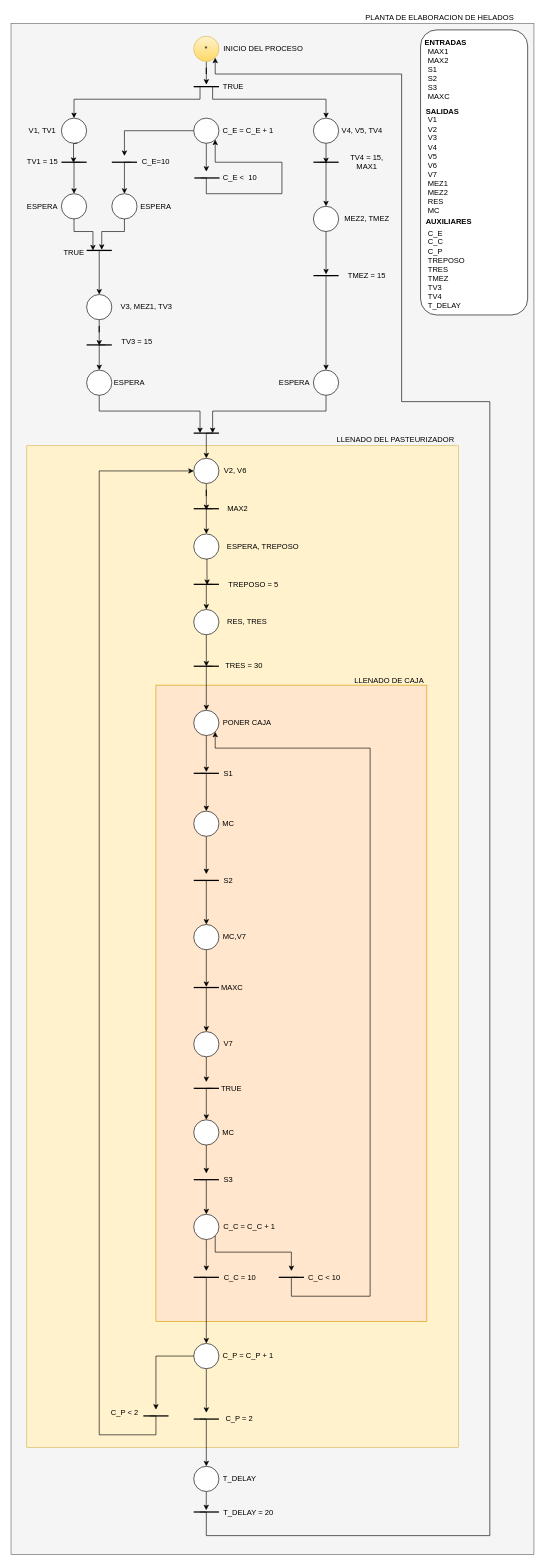
This is Practica02/P02_ROBO.drawio from jpramez/Robotica2020, a draw.io file, before an edit. Source tidied: cells renumbered, new cells numbered last; positions are measured from the earlier drawing's top-left corner, leaving out a move shared by most shapes. Both pictures are drawn from the tidied source at 63%, with x=0, y=0 at pixel (11, 11).
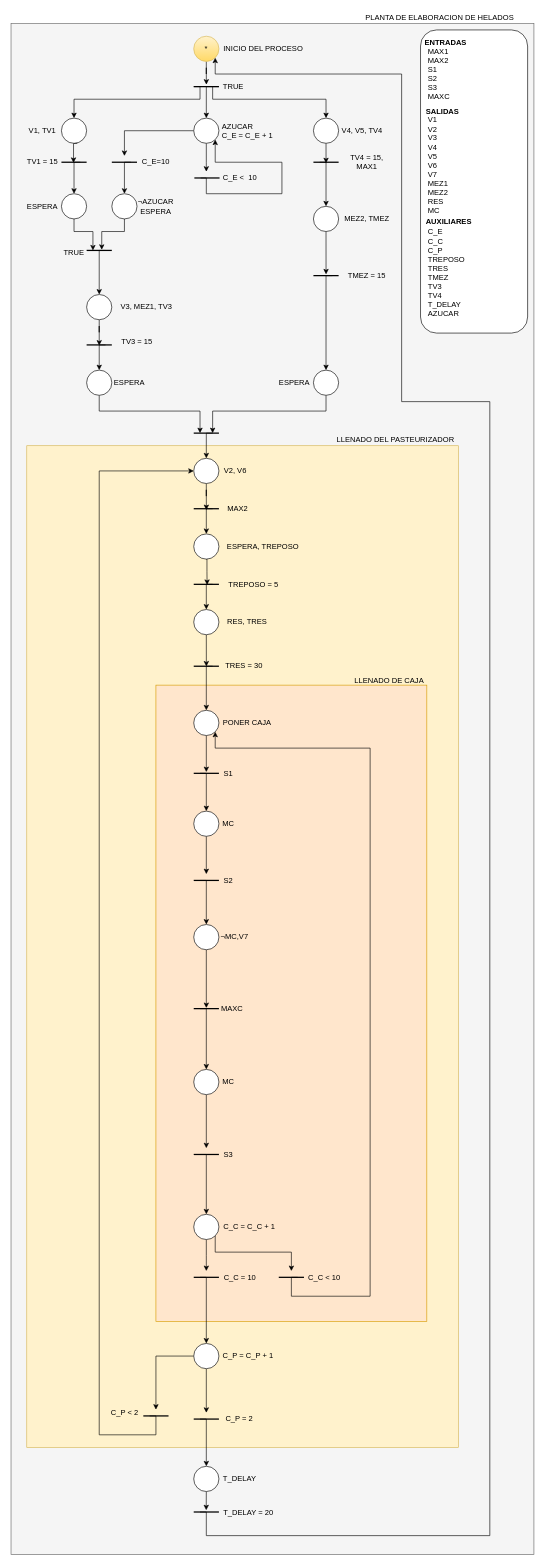
After the change.

The change refers to these unchanged cells:
```xml
<mxCell id="9" style="ellipse;whiteSpace=wrap;html=1;" parent="1" vertex="1">
  <mxGeometry x="290" y="170" width="40" height="40" as="geometry" />
</mxCell>
<mxCell id="40" style="line;strokeWidth=2;html=1;" parent="1" vertex="1">
  <mxGeometry x="290" y="110" width="40" height="20" as="geometry" />
</mxCell>
<mxCell id="111" style="ellipse;whiteSpace=wrap;html=1;" parent="1" vertex="1">
  <mxGeometry x="290" y="1910" width="40" height="40" as="geometry" />
</mxCell>
```

Diff of the diagram source:
```diff
@@
-    <mxCell id="11" value="C_E = C_E + 1" style="text;html=1;strokeColor=none;fillColor=none;align=center;verticalAlign=middle;whiteSpace=wrap;rounded=0;" parent="1" vertex="1">
-      <mxGeometry x="333.1" y="180" width="86.9" height="20" as="geometry" />
+    <mxCell id="11" value="&lt;div align=&quot;left&quot;&gt;AZUCAR&lt;/div&gt;&lt;div align=&quot;left&quot;&gt;C_E = C_E + 1&lt;/div&gt;" style="text;html=1;strokeColor=none;fillColor=none;align=left;verticalAlign=middle;whiteSpace=wrap;rounded=0;" parent="1" vertex="1">
+      <mxGeometry x="333.1" y="180" width="96.9" height="20" as="geometry" />
     </mxCell>
@@
-    <mxCell id="32" value="&lt;div&gt;ESPERA&lt;/div&gt;" style="text;html=1;strokeColor=none;fillColor=none;align=center;verticalAlign=middle;whiteSpace=wrap;rounded=0;" parent="1" vertex="1">
+    <mxCell id="32" value="&lt;div&gt;¬AZUCAR&lt;/div&gt;&lt;div&gt;ESPERA&lt;/div&gt;" style="text;html=1;strokeColor=none;fillColor=none;align=center;verticalAlign=middle;whiteSpace=wrap;rounded=0;" parent="1" vertex="1">
       <mxGeometry x="200" y="295" width="60" height="30" as="geometry" />
     </mxCell>
@@
+    <mxCell id="147" style="edgeStyle=orthogonalEdgeStyle;rounded=0;jettySize=auto;html=1;exitX=0.75;exitY=0.5;exitDx=0;exitDy=0;exitPerimeter=0;" parent="1" edge="1" source="40" target="9">
+      <mxGeometry relative="1" as="geometry">
+        <Array as="points">
+          <mxPoint x="310" y="120" />
+        </Array>
+      </mxGeometry>
+    </mxCell>
@@
-    <mxCell id="93" value="MC,V7" style="text;html=1;strokeColor=none;fillColor=none;align=center;verticalAlign=middle;whiteSpace=wrap;rounded=0;" parent="1" vertex="1">
+    <mxCell id="93" value="¬MC,V7" style="text;html=1;strokeColor=none;fillColor=none;align=center;verticalAlign=middle;whiteSpace=wrap;rounded=0;" parent="1" vertex="1">
       <mxGeometry x="330" y="1455" width="50" height="30" as="geometry" />
     </mxCell>
-    <mxCell id="94" style="edgeStyle=orthogonalEdgeStyle;rounded=0;jettySize=auto;html=1;exitX=0.25;exitY=0.5;exitDx=0;exitDy=0;exitPerimeter=0;" parent="1" edge="1" source="95" target="97">
+    <mxCell id="94" style="edgeStyle=orthogonalEdgeStyle;rounded=0;jettySize=auto;html=1;exitX=0.25;exitY=0.5;exitDx=0;exitDy=0;exitPerimeter=0;entryX=0.5;entryY=0;entryDx=0;entryDy=0;" parent="1" edge="1" source="95" target="104">
       <mxGeometry relative="1" as="geometry">
         <Array as="points">
-          <mxPoint x="310" y="1550" />
+          <mxPoint x="310" y="1584" />
         </Array>
       </mxGeometry>
     </mxCell>
     <mxCell id="95" style="line;strokeWidth=2;html=1;" parent="1" vertex="1">
-      <mxGeometry x="290" y="1540" width="40" height="20" as="geometry" />
+      <mxGeometry x="290" y="1573.5" width="40" height="20" as="geometry" />
     </mxCell>
-    <mxCell id="96" style="edgeStyle=orthogonalEdgeStyle;rounded=0;jettySize=auto;html=1;exitX=0.5;exitY=1;exitDx=0;exitDy=0;" parent="1" edge="1" source="97" target="101">
-      <mxGeometry relative="1" as="geometry" />
-    </mxCell>
-    <mxCell id="97" style="ellipse;whiteSpace=wrap;html=1;" parent="1" vertex="1">
-      <mxGeometry x="290" y="1620" width="40" height="40" as="geometry" />
-    </mxCell>
     <mxCell id="98" value="MAXC" style="text;html=1;strokeColor=none;fillColor=none;align=center;verticalAlign=middle;whiteSpace=wrap;rounded=0;" parent="1" vertex="1">
-      <mxGeometry x="331" y="1535" width="40" height="30" as="geometry" />
+      <mxGeometry x="331" y="1568.5" width="40" height="30" as="geometry" />
     </mxCell>
-    <mxCell id="99" value="V7" style="text;html=1;strokeColor=none;fillColor=none;align=center;verticalAlign=middle;whiteSpace=wrap;rounded=0;" parent="1" vertex="1">
-      <mxGeometry x="331.2" y="1625" width="27.5" height="30" as="geometry" />
-    </mxCell>
-    <mxCell id="100" style="edgeStyle=orthogonalEdgeStyle;rounded=0;jettySize=auto;html=1;exitX=0.75;exitY=0.5;exitDx=0;exitDy=0;exitPerimeter=0;entryX=0.5;entryY=0;entryDx=0;entryDy=0;" parent="1" edge="1" source="101" target="104">
-      <mxGeometry relative="1" as="geometry">
-        <Array as="points">
-          <mxPoint x="310" y="1710" />
-        </Array>
-      </mxGeometry>
-    </mxCell>
-    <mxCell id="101" style="line;strokeWidth=2;html=1;" parent="1" vertex="1">
-      <mxGeometry x="290" y="1700" width="40" height="20" as="geometry" />
-    </mxCell>
-    <mxCell id="102" value="TRUE" style="text;html=1;strokeColor=none;fillColor=none;align=center;verticalAlign=middle;whiteSpace=wrap;rounded=0;" parent="1" vertex="1">
-      <mxGeometry x="330" y="1695" width="40" height="30" as="geometry" />
-    </mxCell>
@@
     <mxCell id="104" style="ellipse;whiteSpace=wrap;html=1;" parent="1" vertex="1">
-      <mxGeometry x="290" y="1760" width="40" height="40" as="geometry" />
+      <mxGeometry x="290" y="1680" width="40" height="40" as="geometry" />
     </mxCell>
     <mxCell id="105" value="MC" style="text;html=1;strokeColor=none;fillColor=none;align=center;verticalAlign=middle;whiteSpace=wrap;rounded=0;" parent="1" vertex="1">
-      <mxGeometry x="325" y="1765" width="40" height="30" as="geometry" />
+      <mxGeometry x="325" y="1685" width="40" height="30" as="geometry" />
     </mxCell>
     <mxCell id="106" style="edgeStyle=orthogonalEdgeStyle;rounded=0;jettySize=auto;html=1;exitX=0.25;exitY=0.5;exitDx=0;exitDy=0;exitPerimeter=0;entryX=0.5;entryY=0;entryDx=0;entryDy=0;" parent="1" edge="1" source="107" target="111">
       <mxGeometry relative="1" as="geometry">
         <Array as="points">
-          <mxPoint x="310" y="1855" />
+          <mxPoint x="310" y="1815" />
         </Array>
       </mxGeometry>
     </mxCell>
     <mxCell id="107" style="line;strokeWidth=2;html=1;" parent="1" vertex="1">
-      <mxGeometry x="290" y="1845" width="40" height="20" as="geometry" />
+      <mxGeometry x="290" y="1805" width="40" height="20" as="geometry" />
     </mxCell>
     <mxCell id="108" value="S3" style="text;html=1;strokeColor=none;fillColor=none;align=center;verticalAlign=middle;whiteSpace=wrap;rounded=0;" parent="1" vertex="1">
-      <mxGeometry x="325" y="1840" width="40" height="30" as="geometry" />
+      <mxGeometry x="325" y="1800" width="40" height="30" as="geometry" />
     </mxCell>
@@
     <mxCell id="140" style="rounded=1;whiteSpace=wrap;html=1;rotation=90;" parent="1" vertex="1">
-      <mxGeometry x="508.8" y="171.2" width="452.5" height="170" as="geometry" />
+      <mxGeometry x="494.4" y="185.6" width="481.2" height="170" as="geometry" />
     </mxCell>
@@
-    <mxCell id="145" value="&lt;div align=&quot;left&quot;&gt;C_E&lt;/div&gt;&lt;div align=&quot;left&quot;&gt;C_C&lt;/div&gt;&lt;div align=&quot;left&quot;&gt;C_P&lt;br&gt;&lt;/div&gt;&lt;div align=&quot;left&quot;&gt;TREPOSO&lt;/div&gt;&lt;div align=&quot;left&quot;&gt;TRES&lt;/div&gt;&lt;div align=&quot;left&quot;&gt;TMEZ&lt;/div&gt;&lt;div align=&quot;left&quot;&gt;TV3&lt;/div&gt;&lt;div align=&quot;left&quot;&gt;TV4&lt;/div&gt;&lt;div align=&quot;left&quot;&gt;T_DELAY&lt;br&gt;&lt;/div&gt;" style="text;html=1;strokeColor=none;fillColor=none;align=left;verticalAlign=middle;whiteSpace=wrap;rounded=0;" parent="1" vertex="1">
-      <mxGeometry x="660" y="345" width="150" height="130" as="geometry" />
+    <mxCell id="145" value="&lt;div align=&quot;left&quot;&gt;C_E&lt;/div&gt;&lt;div align=&quot;left&quot;&gt;C_C&lt;/div&gt;&lt;div align=&quot;left&quot;&gt;C_P&lt;br&gt;&lt;/div&gt;&lt;div align=&quot;left&quot;&gt;TREPOSO&lt;/div&gt;&lt;div align=&quot;left&quot;&gt;TRES&lt;/div&gt;&lt;div align=&quot;left&quot;&gt;TMEZ&lt;/div&gt;&lt;div align=&quot;left&quot;&gt;TV3&lt;/div&gt;&lt;div align=&quot;left&quot;&gt;TV4&lt;/div&gt;&lt;div align=&quot;left&quot;&gt;T_DELAY&lt;br&gt;&lt;/div&gt;&lt;div&gt;AZUCAR&lt;br&gt;&lt;/div&gt;&lt;div&gt;&lt;br&gt;&lt;/div&gt;" style="text;html=1;strokeColor=none;fillColor=none;align=left;verticalAlign=middle;whiteSpace=wrap;rounded=0;" parent="1" vertex="1">
+      <mxGeometry x="660" y="345" width="150" height="155" as="geometry" />
     </mxCell>
```
